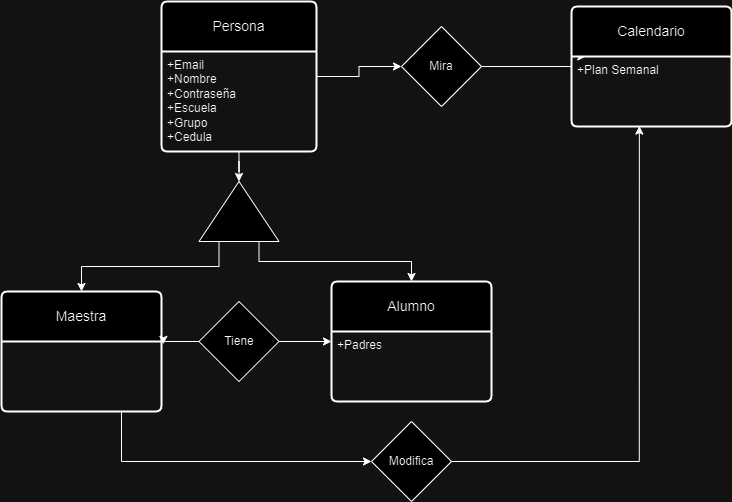
Before: docs/ImagenModeloConceptual/ModeloConceptual.png, a diagram exported from draw.io (marianoapn/ProgramaParaMaestras). Source tidied: cells renumbered, new cells last; positions are measured from the earlier drawing's top-left corner, leaving out a move shared by most shapes.
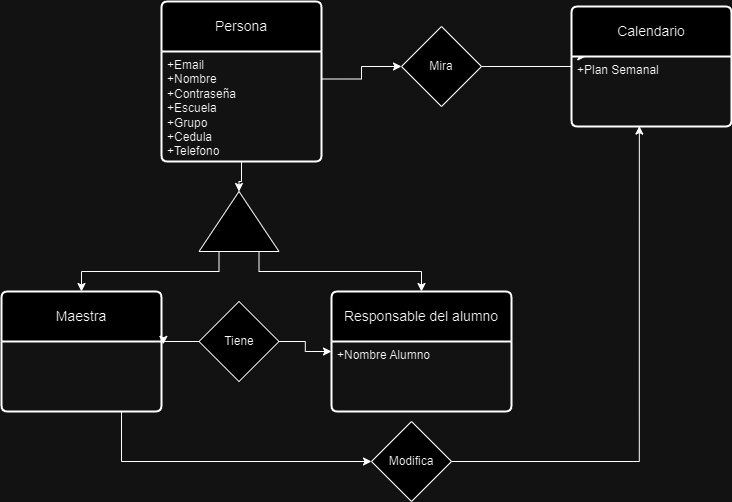
Above is the later version.

Commit message:
Corregi Modelo Conceptual

The edit, as a diff of the source:
```diff
@@ -3,16 +3,16 @@
     <mxCell id="0" />
     <mxCell id="1" parent="0" />
     <mxCell id="2" value="Persona" style="swimlane;horizontal=1;startSize=50;rounded=1;fontSize=14;fontStyle=0;strokeWidth=2;shadow=0;dashed=0;align=center;arcSize=4;whiteSpace=wrap;html=1;" parent="1" vertex="1">
-      <mxGeometry x="160" width="155" height="150" as="geometry" />
+      <mxGeometry x="160" width="160" height="160" as="geometry" />
     </mxCell>
-    <mxCell id="3" value="+Email&lt;br&gt;+Nombre&lt;br&gt;+Contraseña&lt;div&gt;+Escuela&lt;div&gt;+Grupo&lt;/div&gt;&lt;div&gt;+Cedula&lt;/div&gt;&lt;div&gt;&lt;br&gt;&lt;/div&gt;&lt;/div&gt;" style="align=left;strokeColor=none;fillColor=none;spacingLeft=4;fontSize=12;verticalAlign=top;html=1;" parent="2" vertex="1">
-      <mxGeometry y="50" width="155" height="100" as="geometry" />
+    <mxCell id="3" value="+Email&lt;br&gt;+Nombre&lt;br&gt;+Contraseña&lt;div&gt;+Escuela&lt;div&gt;+Grupo&lt;/div&gt;&lt;div&gt;+Cedula&lt;/div&gt;&lt;div&gt;+Telefono&lt;/div&gt;&lt;div&gt;&lt;br&gt;&lt;/div&gt;&lt;/div&gt;" style="align=left;strokeColor=none;fillColor=none;spacingLeft=4;fontSize=12;verticalAlign=top;html=1;" parent="2" vertex="1">
+      <mxGeometry y="50" width="160" height="110" as="geometry" />
     </mxCell>
     <mxCell id="4" style="edgeStyle=orthogonalEdgeStyle;rounded=0;jettySize=auto;html=1;exitX=0;exitY=0.25;exitDx=0;exitDy=0;" parent="1" edge="1" source="5" target="16">
       <mxGeometry relative="1" as="geometry" />
     </mxCell>
     <mxCell id="5" style="triangle;whiteSpace=wrap;html=1;rotation=-90;" parent="1" vertex="1">
-      <mxGeometry x="207.5" y="170" width="60" height="80" as="geometry" />
+      <mxGeometry x="207.5" y="180" width="60" height="80" as="geometry" />
     </mxCell>
     <mxCell id="6" style="edgeStyle=orthogonalEdgeStyle;rounded=0;jettySize=auto;html=1;entryX=1;entryY=0.5;entryDx=0;entryDy=0;" parent="1" edge="1" source="3" target="5">
       <mxGeometry relative="1" as="geometry" />
@@ -40,11 +40,11 @@
     <mxCell id="12" style="edgeStyle=orthogonalEdgeStyle;rounded=0;jettySize=auto;html=1;exitX=1;exitY=0.25;exitDx=0;exitDy=0;entryX=0;entryY=0.5;entryDx=0;entryDy=0;" parent="1" edge="1" source="3" target="11">
       <mxGeometry relative="1" as="geometry" />
     </mxCell>
-    <mxCell id="13" value="Alumno" style="swimlane;horizontal=1;startSize=50;rounded=1;fontSize=14;fontStyle=0;strokeWidth=2;shadow=0;dashed=0;align=center;arcSize=4;whiteSpace=wrap;html=1;" parent="1" vertex="1">
-      <mxGeometry x="330" y="280" width="160" height="120" as="geometry" />
+    <mxCell id="13" value="Responsable del alumno" style="swimlane;horizontal=1;startSize=50;rounded=1;fontSize=14;fontStyle=0;strokeWidth=2;shadow=0;dashed=0;align=center;arcSize=4;whiteSpace=wrap;html=1;" parent="1" vertex="1">
+      <mxGeometry x="330" y="290" width="180" height="120" as="geometry" />
     </mxCell>
-    <mxCell id="14" value="&lt;div&gt;+Padres&lt;/div&gt;&lt;div&gt;&lt;br&gt;&lt;/div&gt;" style="align=left;strokeColor=none;fillColor=none;spacingLeft=4;fontSize=12;verticalAlign=top;html=1;" parent="13" vertex="1">
-      <mxGeometry y="50" width="160" height="70" as="geometry" />
+    <mxCell id="14" value="&lt;div&gt;+Nombre Alumno&lt;/div&gt;&lt;div&gt;&lt;br&gt;&lt;/div&gt;" style="align=left;strokeColor=none;fillColor=none;spacingLeft=4;fontSize=12;verticalAlign=top;html=1;" parent="13" vertex="1">
+      <mxGeometry y="50" width="180" height="70" as="geometry" />
     </mxCell>
     <mxCell id="15" style="edgeStyle=orthogonalEdgeStyle;rounded=0;jettySize=auto;html=1;exitX=0.75;exitY=1;exitDx=0;exitDy=0;entryX=0;entryY=0.5;entryDx=0;entryDy=0;" parent="1" edge="1" source="16" target="9">
       <mxGeometry relative="1" as="geometry" />
```
